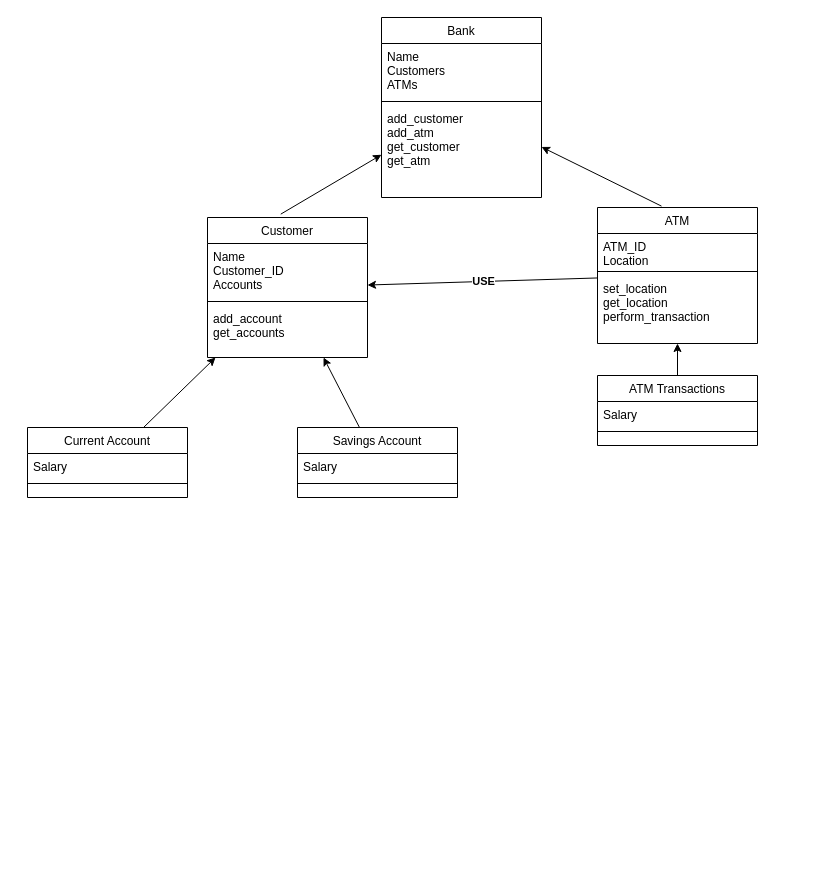
Before: assignment2_class_diagram.drawio in benspz/himolde_spring25, a draw.io diagram. Source tidied: cells renumbered, new cells numbered last; positions are measured from the earlier drawing's top-left corner, leaving out a move shared by most shapes. Both pictures are drawn from the tidied source at 100%, with x=0, y=0 at pixel (27, 17).
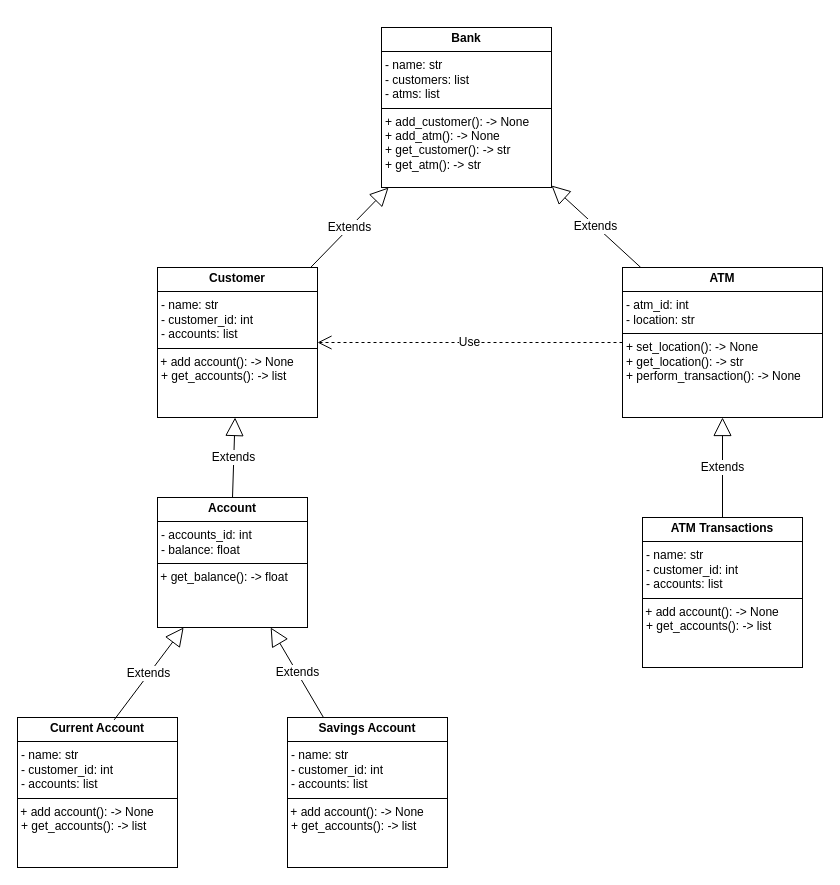
The same diagram, later.

Diff of the diagram source:
```diff
@@
-    <mxCell id="2" value="Bank" style="swimlane;fontStyle=0;align=center;verticalAlign=top;horizontal=1;startSize=26;rounded=0;shadow=0;strokeWidth=1;" parent="1" vertex="1">
-      <mxGeometry x="354" width="160" height="180" as="geometry" />
-    </mxCell>
-    <mxCell id="3" value="Name&#10;Customers&#10;ATMs" style="text;align=left;verticalAlign=top;spacingLeft=4;spacingRight=4;overflow=hidden;" parent="2" vertex="1">
-      <mxGeometry y="26" width="160" height="54" as="geometry" />
-    </mxCell>
-    <mxCell id="4" style="line;html=1;strokeWidth=1;align=left;verticalAlign=middle;spacingTop=-1;spacingLeft=3;spacingRight=3;labelPosition=right;" parent="2" vertex="1">
-      <mxGeometry y="80" width="160" height="8" as="geometry" />
-    </mxCell>
-    <mxCell id="5" value="add_customer&#10;add_atm&#10;get_customer&#10;get_atm" style="text;align=left;verticalAlign=top;spacingLeft=4;spacingRight=4;overflow=hidden;" parent="2" vertex="1">
-      <mxGeometry y="88" width="160" height="68" as="geometry" />
-    </mxCell>
-    <mxCell id="6" value="Customer" style="swimlane;fontStyle=0;align=center;verticalAlign=top;horizontal=1;startSize=26;rounded=0;shadow=0;strokeWidth=1;" parent="1" vertex="1">
-      <mxGeometry x="180" y="200" width="160" height="140" as="geometry" />
-    </mxCell>
-    <mxCell id="7" value="Name&#10;Customer_ID&#10;Accounts" style="text;align=left;verticalAlign=top;spacingLeft=4;spacingRight=4;overflow=hidden;" parent="6" vertex="1">
-      <mxGeometry y="26" width="160" height="54" as="geometry" />
-    </mxCell>
-    <mxCell id="8" style="line;html=1;strokeWidth=1;align=left;verticalAlign=middle;spacingTop=-1;spacingLeft=3;spacingRight=3;labelPosition=right;" parent="6" vertex="1">
-      <mxGeometry y="80" width="160" height="8" as="geometry" />
-    </mxCell>
-    <mxCell id="9" value="add_account&#10;get_accounts" style="text;align=left;verticalAlign=top;spacingLeft=4;spacingRight=4;overflow=hidden;" parent="6" vertex="1">
-      <mxGeometry y="88" width="160" height="52" as="geometry" />
-    </mxCell>
-    <mxCell id="10" value="ATM" style="swimlane;fontStyle=0;align=center;verticalAlign=top;horizontal=1;startSize=26;rounded=0;shadow=0;strokeWidth=1;" parent="1" vertex="1">
-      <mxGeometry x="570" y="190" width="160" height="136" as="geometry" />
-    </mxCell>
-    <mxCell id="11" value="ATM_ID&#10;Location" style="text;align=left;verticalAlign=top;spacingLeft=4;spacingRight=4;overflow=hidden;" parent="10" vertex="1">
-      <mxGeometry y="26" width="160" height="34" as="geometry" />
-    </mxCell>
-    <mxCell id="12" style="line;html=1;strokeWidth=1;align=left;verticalAlign=middle;spacingTop=-1;spacingLeft=3;spacingRight=3;labelPosition=right;" parent="10" vertex="1">
-      <mxGeometry y="60" width="160" height="8" as="geometry" />
-    </mxCell>
-    <mxCell id="13" value="set_location&#10;get_location&#10;perform_transaction" style="text;align=left;verticalAlign=top;spacingLeft=4;spacingRight=4;overflow=hidden;" parent="10" vertex="1">
-      <mxGeometry y="68" width="160" height="68" as="geometry" />
-    </mxCell>
-    <mxCell id="14" style="endArrow=classic;html=1;rounded=0;exitX=0.458;exitY=-0.024;exitDx=0;exitDy=0;exitPerimeter=0;" parent="1" edge="1" source="6" target="2">
-      <mxGeometry relative="1" as="geometry" />
-    </mxCell>
-    <mxCell id="15" style="endArrow=classic;html=1;rounded=0;exitX=0.4;exitY=-0.01;exitDx=0;exitDy=0;exitPerimeter=0;" parent="1" edge="1" source="10" target="2">
-      <mxGeometry relative="1" as="geometry" />
-    </mxCell>
-    <mxCell id="16" value="ATM Transactions&#10;" style="swimlane;fontStyle=0;align=center;verticalAlign=top;horizontal=1;startSize=26;rounded=0;shadow=0;strokeWidth=1;" parent="1" vertex="1">
-      <mxGeometry x="570" y="358" width="160" height="70" as="geometry" />
-    </mxCell>
-    <mxCell id="17" value="Salary" style="text;align=left;verticalAlign=top;spacingLeft=4;spacingRight=4;overflow=hidden;" parent="16" vertex="1">
-      <mxGeometry y="26" width="160" height="26" as="geometry" />
-    </mxCell>
-    <mxCell id="18" style="line;html=1;strokeWidth=1;align=left;verticalAlign=middle;spacingTop=-1;spacingLeft=3;spacingRight=3;labelPosition=right;" parent="16" vertex="1">
-      <mxGeometry y="52" width="160" height="8" as="geometry" />
-    </mxCell>
-    <mxCell id="19" style="endArrow=classic;html=1;rounded=0;" parent="1" edge="1" source="16" target="10">
-      <mxGeometry relative="1" as="geometry" />
-    </mxCell>
-    <mxCell id="20" value="Current Account&#10;" style="swimlane;fontStyle=0;align=center;verticalAlign=top;horizontal=1;startSize=26;rounded=0;shadow=0;strokeWidth=1;" parent="1" vertex="1">
-      <mxGeometry y="410" width="160" height="70" as="geometry" />
-    </mxCell>
-    <mxCell id="21" value="Salary" style="text;align=left;verticalAlign=top;spacingLeft=4;spacingRight=4;overflow=hidden;" parent="20" vertex="1">
-      <mxGeometry y="26" width="160" height="26" as="geometry" />
-    </mxCell>
-    <mxCell id="22" style="line;html=1;strokeWidth=1;align=left;verticalAlign=middle;spacingTop=-1;spacingLeft=3;spacingRight=3;labelPosition=right;" parent="20" vertex="1">
-      <mxGeometry y="52" width="160" height="8" as="geometry" />
-    </mxCell>
-    <mxCell id="23" value="Savings Account&#10;" style="swimlane;fontStyle=0;align=center;verticalAlign=top;horizontal=1;startSize=26;rounded=0;shadow=0;strokeWidth=1;" parent="1" vertex="1">
-      <mxGeometry x="270" y="410" width="160" height="70" as="geometry" />
-    </mxCell>
-    <mxCell id="24" value="Salary" style="text;align=left;verticalAlign=top;spacingLeft=4;spacingRight=4;overflow=hidden;" parent="23" vertex="1">
-      <mxGeometry y="26" width="160" height="26" as="geometry" />
-    </mxCell>
-    <mxCell id="25" style="line;html=1;strokeWidth=1;align=left;verticalAlign=middle;spacingTop=-1;spacingLeft=3;spacingRight=3;labelPosition=right;" parent="23" vertex="1">
-      <mxGeometry y="52" width="160" height="8" as="geometry" />
-    </mxCell>
-    <mxCell id="26" style="endArrow=classic;html=1;rounded=0;" parent="1" edge="1" source="20" target="6">
-      <mxGeometry relative="1" as="geometry" />
-    </mxCell>
-    <mxCell id="27" style="endArrow=classic;html=1;rounded=0;" parent="1" edge="1" source="23" target="6">
-      <mxGeometry relative="1" as="geometry" />
-    </mxCell>
-    <mxCell id="28" style="endArrow=classic;html=1;rounded=0;" parent="1" edge="1" source="10" target="6">
-      <mxGeometry relative="1" as="geometry" />
-    </mxCell>
-    <mxCell id="29" value="&lt;b&gt;USE&lt;/b&gt;" style="edgeLabel;html=1;align=center;verticalAlign=middle;" parent="28" vertex="1">
-      <mxGeometry relative="1" as="geometry" />
-    </mxCell>
+    <mxCell id="30" value="Extends" style="endArrow=block;endSize=16;endFill=0;html=1;rounded=0;fontFamily=Helvetica;fontSize=12;fontColor=default;" parent="1" edge="1" source="37" target="35">
+      <mxGeometry relative="1" as="geometry" />
+    </mxCell>
+    <mxCell id="31" value="Extends" style="endArrow=block;endSize=16;endFill=0;html=1;rounded=0;fontFamily=Helvetica;fontSize=12;fontColor=default;" parent="1" edge="1" source="36" target="35">
+      <mxGeometry relative="1" as="geometry" />
+    </mxCell>
+    <mxCell id="32" value="Extends" style="endArrow=block;endSize=16;endFill=0;html=1;rounded=0;fontFamily=Helvetica;fontSize=12;fontColor=default;" parent="1" edge="1" source="40" target="36">
+      <mxGeometry relative="1" as="geometry" />
+    </mxCell>
+    <mxCell id="33" value="Extends" style="endArrow=block;endSize=16;endFill=0;html=1;rounded=0;fontFamily=Helvetica;fontSize=12;fontColor=default;exitX=0.5;exitY=0;exitDx=0;exitDy=0;" parent="1" edge="1" source="39" target="37">
+      <mxGeometry relative="1" as="geometry" />
+    </mxCell>
+    <mxCell id="34" value="Use" style="endArrow=open;endSize=12;dashed=1;html=1;rounded=0;fontFamily=Helvetica;fontSize=12;fontColor=default;" parent="1" edge="1" source="36" target="37">
+      <mxGeometry relative="1" as="geometry" />
+    </mxCell>
+    <mxCell id="35" value="&lt;p style=&quot;margin:0px;margin-top:4px;text-align:center;&quot;&gt;&lt;b&gt;Bank&lt;/b&gt;&lt;/p&gt;&lt;hr size=&quot;1&quot; style=&quot;border-style:solid;&quot;&gt;&lt;p style=&quot;margin:0px;margin-left:4px;&quot;&gt;- name: str&lt;/p&gt;&lt;p style=&quot;margin:0px;margin-left:4px;&quot;&gt;- customers: list&lt;/p&gt;&lt;p style=&quot;margin:0px;margin-left:4px;&quot;&gt;- atms: list&lt;/p&gt;&lt;hr size=&quot;1&quot; style=&quot;border-style:solid;&quot;&gt;&lt;p style=&quot;margin:0px;margin-left:4px;&quot;&gt;+ add_customer(): -&amp;gt; None&lt;/p&gt;&lt;p style=&quot;margin:0px;margin-left:4px;&quot;&gt;+ add_atm(): -&amp;gt; None&lt;/p&gt;&lt;p style=&quot;margin:0px;margin-left:4px;&quot;&gt;+ get_customer(): -&amp;gt; str&lt;/p&gt;&lt;p style=&quot;margin:0px;margin-left:4px;&quot;&gt;+ get_atm(): -&amp;gt; str&lt;/p&gt;" style="verticalAlign=top;align=left;overflow=fill;html=1;whiteSpace=wrap;fontFamily=Helvetica;fontSize=12;fontColor=default;fillColor=none;gradientColor=none;" parent="1" vertex="1">
+      <mxGeometry x="354" y="10" width="170" height="160" as="geometry" />
+    </mxCell>
+    <mxCell id="36" value="&lt;p style=&quot;margin:0px;margin-top:4px;text-align:center;&quot;&gt;&lt;b&gt;ATM&lt;/b&gt;&lt;/p&gt;&lt;hr size=&quot;1&quot; style=&quot;border-style:solid;&quot;&gt;&lt;p style=&quot;margin:0px;margin-left:4px;&quot;&gt;- atm_id: int&lt;/p&gt;&lt;p style=&quot;margin:0px;margin-left:4px;&quot;&gt;- location: str&lt;/p&gt;&lt;hr size=&quot;1&quot; style=&quot;border-style:solid;&quot;&gt;&lt;p style=&quot;margin:0px;margin-left:4px;&quot;&gt;+ set_location(): -&amp;gt; None&lt;/p&gt;&lt;p style=&quot;margin:0px;margin-left:4px;&quot;&gt;+ get_location(): -&amp;gt; str&lt;/p&gt;&lt;p style=&quot;margin:0px;margin-left:4px;&quot;&gt;+ perform_transaction(): -&amp;gt; None&lt;/p&gt;&lt;p style=&quot;margin:0px;margin-left:4px;&quot;&gt;&lt;br&gt;&lt;/p&gt;" style="verticalAlign=top;align=left;overflow=fill;html=1;whiteSpace=wrap;fontFamily=Helvetica;fontSize=12;fontColor=default;fillColor=none;gradientColor=none;" parent="1" vertex="1">
+      <mxGeometry x="595" y="250" width="200" height="150" as="geometry" />
+    </mxCell>
+    <mxCell id="37" value="&lt;p style=&quot;margin:0px;margin-top:4px;text-align:center;&quot;&gt;&lt;b&gt;Customer&lt;/b&gt;&lt;/p&gt;&lt;hr size=&quot;1&quot; style=&quot;border-style:solid;&quot;&gt;&lt;p style=&quot;margin:0px;margin-left:4px;&quot;&gt;- name: str&lt;/p&gt;&lt;p style=&quot;margin:0px;margin-left:4px;&quot;&gt;- customer_id: int&lt;/p&gt;&lt;p style=&quot;margin:0px;margin-left:4px;&quot;&gt;- accounts: list&lt;/p&gt;&lt;hr size=&quot;1&quot; style=&quot;border-style:solid;&quot;&gt;&amp;nbsp;+ add account(): -&amp;gt; None&lt;p style=&quot;margin:0px;margin-left:4px;&quot;&gt;+ get_accounts(): -&amp;gt; list&lt;/p&gt;&lt;p style=&quot;margin:0px;margin-left:4px;&quot;&gt;&lt;br&gt;&lt;/p&gt;" style="verticalAlign=top;align=left;overflow=fill;html=1;whiteSpace=wrap;fontFamily=Helvetica;fontSize=12;fontColor=default;fillColor=none;gradientColor=none;" parent="1" vertex="1">
+      <mxGeometry x="130" y="250" width="160" height="150" as="geometry" />
+    </mxCell>
+    <mxCell id="38" value="&lt;p style=&quot;margin:0px;margin-top:4px;text-align:center;&quot;&gt;&lt;b&gt;Current Account&lt;/b&gt;&lt;/p&gt;&lt;hr size=&quot;1&quot; style=&quot;border-style:solid;&quot;&gt;&lt;p style=&quot;margin:0px;margin-left:4px;&quot;&gt;- name: str&lt;/p&gt;&lt;p style=&quot;margin:0px;margin-left:4px;&quot;&gt;- customer_id: int&lt;/p&gt;&lt;p style=&quot;margin:0px;margin-left:4px;&quot;&gt;- accounts: list&lt;/p&gt;&lt;hr size=&quot;1&quot; style=&quot;border-style:solid;&quot;&gt;&amp;nbsp;+ add account(): -&amp;gt; None&lt;p style=&quot;margin:0px;margin-left:4px;&quot;&gt;+ get_accounts(): -&amp;gt; list&lt;/p&gt;&lt;p style=&quot;margin:0px;margin-left:4px;&quot;&gt;&lt;br&gt;&lt;/p&gt;" style="verticalAlign=top;align=left;overflow=fill;html=1;whiteSpace=wrap;fontFamily=Helvetica;fontSize=12;fontColor=default;fillColor=none;gradientColor=none;" parent="1" vertex="1">
+      <mxGeometry x="-10" y="700" width="160" height="150" as="geometry" />
+    </mxCell>
+    <mxCell id="39" value="&lt;p style=&quot;margin:0px;margin-top:4px;text-align:center;&quot;&gt;&lt;b&gt;Account&lt;/b&gt;&lt;/p&gt;&lt;hr size=&quot;1&quot; style=&quot;border-style:solid;&quot;&gt;&lt;p style=&quot;margin:0px;margin-left:4px;&quot;&gt;- accounts_id: int&lt;/p&gt;&lt;p style=&quot;margin:0px;margin-left:4px;&quot;&gt;- balance: float&lt;/p&gt;&lt;hr size=&quot;1&quot; style=&quot;border-style:solid;&quot;&gt;&lt;div&gt;&amp;nbsp;+ get_balance(): -&amp;gt; float&lt;/div&gt;&lt;div&gt;&lt;br&gt;&lt;/div&gt;&lt;p style=&quot;margin:0px;margin-left:4px;&quot;&gt;&lt;br&gt;&lt;/p&gt;" style="verticalAlign=top;align=left;overflow=fill;html=1;whiteSpace=wrap;fontFamily=Helvetica;fontSize=12;fontColor=default;fillColor=none;gradientColor=none;" parent="1" vertex="1">
+      <mxGeometry x="130" y="480" width="150" height="130" as="geometry" />
+    </mxCell>
+    <mxCell id="40" value="&lt;p style=&quot;margin:0px;margin-top:4px;text-align:center;&quot;&gt;&lt;b&gt;ATM Transactions&lt;/b&gt;&lt;/p&gt;&lt;hr size=&quot;1&quot; style=&quot;border-style:solid;&quot;&gt;&lt;p style=&quot;margin:0px;margin-left:4px;&quot;&gt;- name: str&lt;/p&gt;&lt;p style=&quot;margin:0px;margin-left:4px;&quot;&gt;- customer_id: int&lt;/p&gt;&lt;p style=&quot;margin:0px;margin-left:4px;&quot;&gt;- accounts: list&lt;/p&gt;&lt;hr size=&quot;1&quot; style=&quot;border-style:solid;&quot;&gt;&amp;nbsp;+ add account(): -&amp;gt; None&lt;p style=&quot;margin:0px;margin-left:4px;&quot;&gt;+ get_accounts(): -&amp;gt; list&lt;/p&gt;&lt;p style=&quot;margin:0px;margin-left:4px;&quot;&gt;&lt;br&gt;&lt;/p&gt;" style="verticalAlign=top;align=left;overflow=fill;html=1;whiteSpace=wrap;fontFamily=Helvetica;fontSize=12;fontColor=default;fillColor=none;gradientColor=none;" parent="1" vertex="1">
+      <mxGeometry x="615" y="500" width="160" height="150" as="geometry" />
+    </mxCell>
+    <mxCell id="41" value="&lt;p style=&quot;margin:0px;margin-top:4px;text-align:center;&quot;&gt;&lt;b&gt;Savings Account&lt;/b&gt;&lt;/p&gt;&lt;hr size=&quot;1&quot; style=&quot;border-style:solid;&quot;&gt;&lt;p style=&quot;margin:0px;margin-left:4px;&quot;&gt;- name: str&lt;/p&gt;&lt;p style=&quot;margin:0px;margin-left:4px;&quot;&gt;- customer_id: int&lt;/p&gt;&lt;p style=&quot;margin:0px;margin-left:4px;&quot;&gt;- accounts: list&lt;/p&gt;&lt;hr size=&quot;1&quot; style=&quot;border-style:solid;&quot;&gt;&amp;nbsp;+ add account(): -&amp;gt; None&lt;p style=&quot;margin:0px;margin-left:4px;&quot;&gt;+ get_accounts(): -&amp;gt; list&lt;/p&gt;&lt;p style=&quot;margin:0px;margin-left:4px;&quot;&gt;&lt;br&gt;&lt;/p&gt;" style="verticalAlign=top;align=left;overflow=fill;html=1;whiteSpace=wrap;fontFamily=Helvetica;fontSize=12;fontColor=default;fillColor=none;gradientColor=none;" parent="1" vertex="1">
+      <mxGeometry x="260" y="700" width="160" height="150" as="geometry" />
+    </mxCell>
+    <mxCell id="42" value="Extends" style="endArrow=block;endSize=16;endFill=0;html=1;rounded=0;fontFamily=Helvetica;fontSize=12;fontColor=default;exitX=0.604;exitY=0.016;exitDx=0;exitDy=0;exitPerimeter=0;" parent="1" edge="1" source="38" target="39">
+      <mxGeometry relative="1" as="geometry" />
+    </mxCell>
+    <mxCell id="43" value="Extends" style="endArrow=block;endSize=16;endFill=0;html=1;rounded=0;fontFamily=Helvetica;fontSize=12;fontColor=default;" parent="1" edge="1" source="41" target="39">
+      <mxGeometry relative="1" as="geometry" />
+    </mxCell>
```
